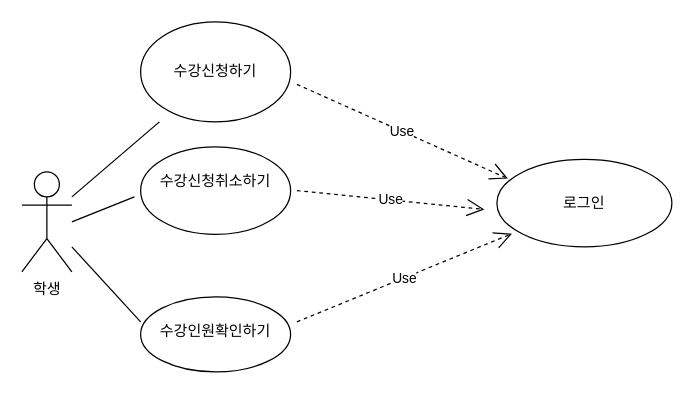
Above: Untitled Diagram.drawio in codefug/uml-learning (draw.io), before the change. Source tidied: cells renumbered, new cells numbered last; positions are measured from the earlier drawing's top-left corner, leaving out a move shared by most shapes. Both pictures are drawn from the tidied source at 125%, with x=0, y=0 at pixel (21, 21).
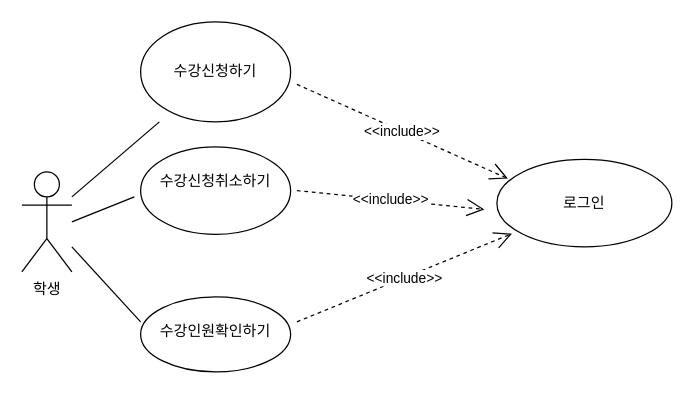
Above is the later version.

What changed in the source:
```diff
@@
 <mxGraphModel>
   <root>
     <mxCell id="0" />
     <mxCell id="1" parent="0" />
     <mxCell id="2" value="학생" style="shape=umlActor;verticalLabelPosition=bottom;verticalAlign=top;html=1;" parent="1" vertex="1">
       <mxGeometry y="120" width="40" height="80" as="geometry" />
     </mxCell>
     <mxCell id="3" value="&lt;br&gt;수강신청취소하기" style="ellipse;whiteSpace=wrap;html=1;verticalAlign=top;align=center;" parent="1" vertex="1">
       <mxGeometry x="95" y="100" width="120" height="70" as="geometry" />
     </mxCell>
     <mxCell id="4" value="&lt;br&gt;수강인원확인하기" style="ellipse;whiteSpace=wrap;html=1;verticalAlign=top;" parent="1" vertex="1">
       <mxGeometry x="95" y="220" width="120" height="60" as="geometry" />
     </mxCell>
     <mxCell id="5" value="수강신청하기" style="ellipse;whiteSpace=wrap;html=1;" parent="1" vertex="1">
       <mxGeometry x="95" width="120" height="80" as="geometry" />
     </mxCell>
     <mxCell id="6" style="endArrow=none;html=1;rounded=0;" parent="1" edge="1">
       <mxGeometry relative="1" as="geometry">
         <mxPoint x="110" y="80" as="sourcePoint" />
         <mxPoint x="40" y="140" as="targetPoint" />
       </mxGeometry>
     </mxCell>
     <mxCell id="7" style="endArrow=none;html=1;rounded=0;" parent="1" edge="1">
       <mxGeometry relative="1" as="geometry">
         <mxPoint x="90" y="140" as="sourcePoint" />
         <mxPoint x="40" y="160" as="targetPoint" />
       </mxGeometry>
     </mxCell>
     <mxCell id="8" style="endArrow=none;html=1;rounded=0;" parent="1" edge="1">
       <mxGeometry relative="1" as="geometry">
         <mxPoint x="40" y="180" as="sourcePoint" />
         <mxPoint x="95" y="240" as="targetPoint" />
       </mxGeometry>
     </mxCell>
-    <mxCell id="9" value="Use" style="endArrow=open;endSize=12;dashed=1;html=1;rounded=0;entryX=0.086;entryY=0.849;entryDx=0;entryDy=0;entryPerimeter=0;" parent="1" edge="1" target="12">
+    <mxCell id="9" value="&amp;lt;&amp;lt;include&amp;gt;&amp;gt;" style="endArrow=open;endSize=12;dashed=1;html=1;rounded=0;entryX=0.086;entryY=0.849;entryDx=0;entryDy=0;entryPerimeter=0;" parent="1" edge="1" target="12">
       <mxGeometry relative="1" as="geometry">
         <mxPoint x="220" y="240" as="sourcePoint" />
       </mxGeometry>
     </mxCell>
-    <mxCell id="10" value="Use" style="endArrow=open;endSize=12;dashed=1;html=1;rounded=0;" parent="1" edge="1">
+    <mxCell id="10" value="&amp;lt;&amp;lt;include&amp;gt;&amp;gt;" style="endArrow=open;endSize=12;dashed=1;html=1;rounded=0;" parent="1" edge="1">
       <mxGeometry relative="1" as="geometry">
         <mxPoint x="220" y="135" as="sourcePoint" />
         <mxPoint x="370" y="150" as="targetPoint" />
       </mxGeometry>
     </mxCell>
-    <mxCell id="11" value="Use" style="endArrow=open;endSize=12;dashed=1;html=1;rounded=0;entryX=0.063;entryY=0.22;entryDx=0;entryDy=0;entryPerimeter=0;" parent="1" edge="1" target="12">
+    <mxCell id="11" value="&amp;lt;&amp;lt;include&amp;gt;&amp;gt;" style="endArrow=open;endSize=12;dashed=1;html=1;rounded=0;entryX=0.063;entryY=0.22;entryDx=0;entryDy=0;entryPerimeter=0;" parent="1" edge="1" target="12">
       <mxGeometry relative="1" as="geometry">
         <mxPoint x="220" y="50" as="sourcePoint" />
       </mxGeometry>
     </mxCell>
     <mxCell id="12" value="로그인" style="ellipse;whiteSpace=wrap;html=1;" parent="1" vertex="1">
       <mxGeometry x="380" y="110" width="140" height="70" as="geometry" />
     </mxCell>
   </root>
 </mxGraphModel>
```
